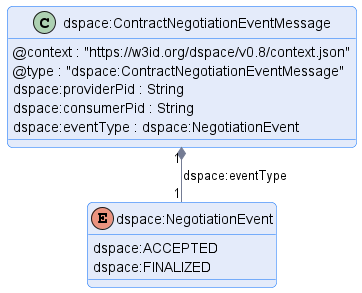
Earlier version of the PlantUML export negotiation/message/diagram/contract-negotiation-event-message.png (International-Data-Spaces-Association/ids-specification).
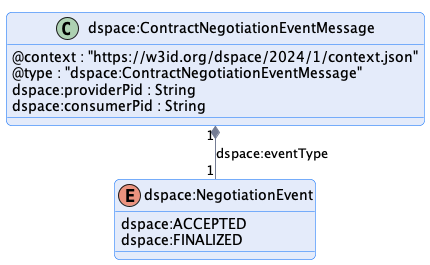
The same file after the commit.

Diff of the diagram source:
```diff
@@ -7,11 +7,10 @@
 
 
 class "dspace:ContractNegotiationEventMessage" {
-    @context : "https://w3id.org/dspace/v0.8/context.json"
+    @context : "https://w3id.org/dspace/2024/1/context.json"
     @type : "dspace:ContractNegotiationEventMessage"
     dspace:providerPid : String
     dspace:consumerPid : String
-    dspace:eventType : dspace:NegotiationEvent
 }
 
 enum dspace:NegotiationEvent {
```
